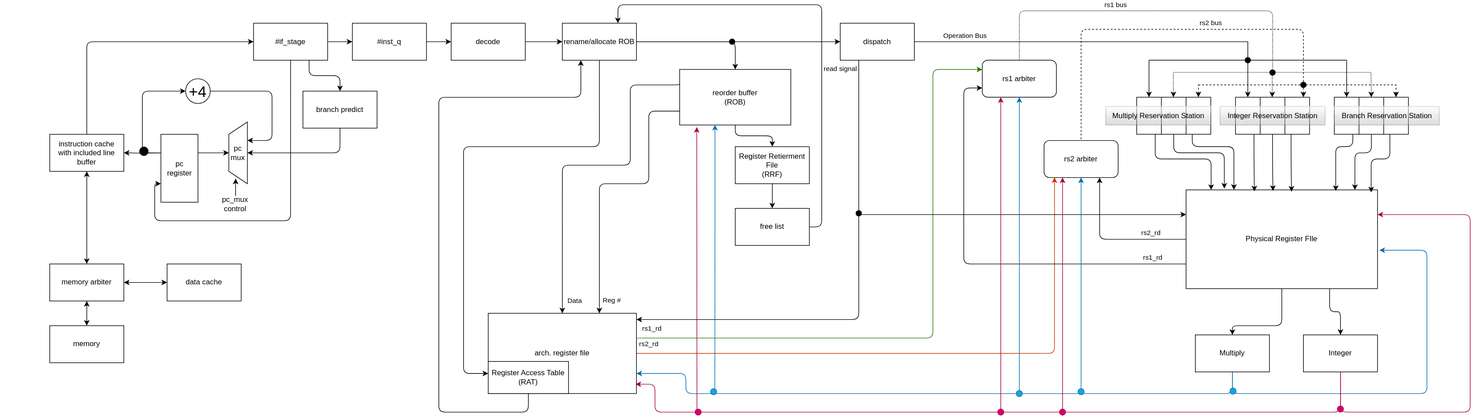
Before: mp_ooo/docs/datapath/datapath_new.drawio.svg, a diagram exported from draw.io (sairajshetye/RISC-CDXI-CPU). Source tidied: cells renumbered, new cells last; positions are measured from the earlier drawing's top-left corner, leaving out a move shared by most shapes.
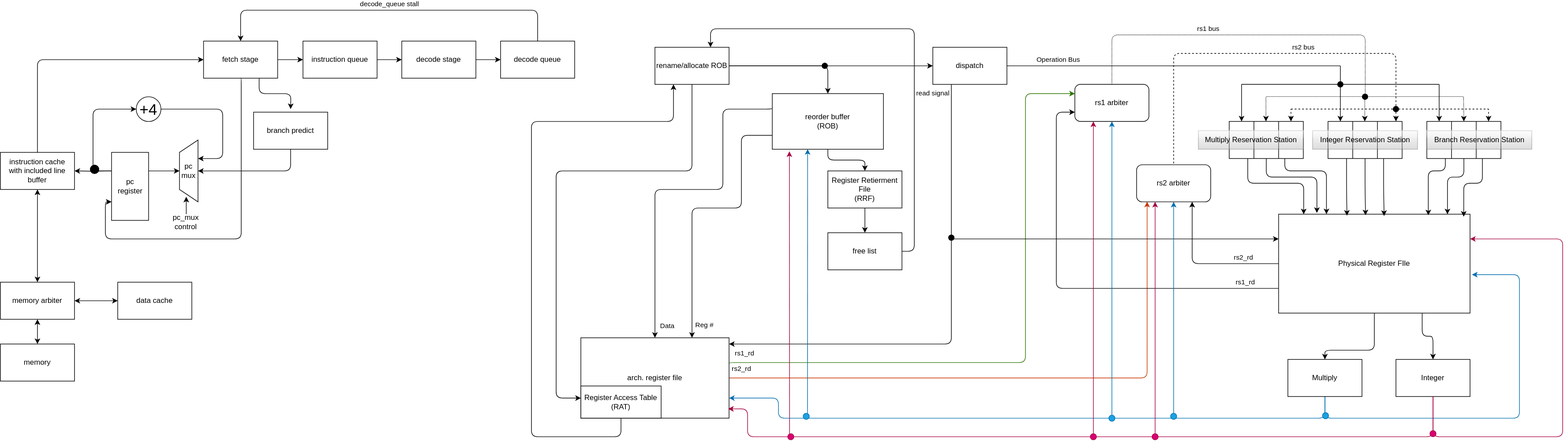
After the change.

Diff of the diagram source:
```diff
@@ -4,15 +4,15 @@
     <mxCell id="1" parent="0" />
     <mxCell id="2" style="edgeStyle=orthogonalEdgeStyle;html=1;exitX=0.5;exitY=1;exitDx=0;exitDy=0;entryX=1;entryY=0.5;entryDx=0;entryDy=0;" parent="1" edge="1" target="6">
       <mxGeometry relative="1" as="geometry">
-        <mxPoint x="260" y="240" as="sourcePoint" />
+        <mxPoint x="30" y="230" as="sourcePoint" />
       </mxGeometry>
     </mxCell>
     <mxCell id="3" style="edgeStyle=orthogonalEdgeStyle;html=1;exitX=0.5;exitY=1;exitDx=0;exitDy=0;entryX=0;entryY=0.5;entryDx=0;entryDy=0;" parent="1" edge="1" target="18">
       <mxGeometry relative="1" as="geometry">
-        <mxPoint x="260" y="240" as="sourcePoint" />
+        <mxPoint x="30" y="230" as="sourcePoint" />
         <Array as="points">
-          <mxPoint x="230" y="240" />
-          <mxPoint x="230" y="140" />
+          <mxPoint y="230" />
+          <mxPoint y="130" />
         </Array>
       </mxGeometry>
     </mxCell>
@@ -23,64 +23,66 @@
       <mxGeometry relative="1" as="geometry" />
     </mxCell>
     <mxCell id="6" value="instruction cache&lt;div&gt;with included line buffer&lt;/div&gt;" style="rounded=0;whiteSpace=wrap;html=1;" parent="1" vertex="1">
-      <mxGeometry x="80" y="210" width="120" height="60" as="geometry" />
+      <mxGeometry x="-150" y="200" width="120" height="60" as="geometry" />
     </mxCell>
     <mxCell id="7" style="edgeStyle=orthogonalEdgeStyle;html=1;exitX=1;exitY=0.5;exitDx=0;exitDy=0;entryX=0;entryY=0.5;entryDx=0;entryDy=0;startArrow=none;startFill=0;" parent="1" edge="1" source="9" target="11">
       <mxGeometry relative="1" as="geometry" />
     </mxCell>
-    <mxCell id="8" style="edgeStyle=orthogonalEdgeStyle;html=1;exitX=0.75;exitY=1;exitDx=0;exitDy=0;entryX=0.5;entryY=0;entryDx=0;entryDy=0;" parent="1" edge="1" source="9" target="22">
-      <mxGeometry relative="1" as="geometry" />
+    <mxCell id="8" style="edgeStyle=orthogonalEdgeStyle;html=1;exitX=0.75;exitY=1;exitDx=0;exitDy=0;entryX=0.5;entryY=0;entryDx=0;entryDy=0;" parent="1" edge="1" source="9">
+      <mxGeometry relative="1" as="geometry">
+        <mxPoint x="320" y="130" as="targetPoint" />
+      </mxGeometry>
     </mxCell>
-    <mxCell id="9" value="#if_stage" style="rounded=0;whiteSpace=wrap;html=1;" parent="1" vertex="1">
-      <mxGeometry x="410" y="30" width="120" height="60" as="geometry" />
+    <mxCell id="9" value="fetch stage" style="rounded=0;whiteSpace=wrap;html=1;" parent="1" vertex="1">
+      <mxGeometry x="179" y="20" width="120" height="60" as="geometry" />
     </mxCell>
     <mxCell id="10" style="edgeStyle=orthogonalEdgeStyle;html=1;exitX=1;exitY=0.5;exitDx=0;exitDy=0;entryX=0;entryY=0.5;entryDx=0;entryDy=0;" parent="1" edge="1" source="11" target="21">
       <mxGeometry relative="1" as="geometry" />
     </mxCell>
-    <mxCell id="11" value="#inst_q" style="rounded=0;whiteSpace=wrap;html=1;" parent="1" vertex="1">
-      <mxGeometry x="570" y="30" width="120" height="60" as="geometry" />
+    <mxCell id="11" value="instruction queue" style="rounded=0;whiteSpace=wrap;html=1;" parent="1" vertex="1">
+      <mxGeometry x="340" y="20" width="120" height="60" as="geometry" />
     </mxCell>
     <mxCell id="12" style="edgeStyle=orthogonalEdgeStyle;html=1;exitX=0.5;exitY=1;exitDx=0;exitDy=0;entryX=0.5;entryY=0;entryDx=0;entryDy=0;startArrow=classic;startFill=1;" parent="1" edge="1" source="13" target="14">
       <mxGeometry relative="1" as="geometry" />
     </mxCell>
     <mxCell id="13" value="memory arbiter" style="rounded=0;whiteSpace=wrap;html=1;" parent="1" vertex="1">
-      <mxGeometry x="80" y="420" width="120" height="60" as="geometry" />
+      <mxGeometry x="-150" y="410" width="120" height="60" as="geometry" />
     </mxCell>
     <mxCell id="14" value="memory" style="rounded=0;whiteSpace=wrap;html=1;" parent="1" vertex="1">
-      <mxGeometry x="80" y="520" width="120" height="60" as="geometry" />
+      <mxGeometry x="-150" y="510" width="120" height="60" as="geometry" />
     </mxCell>
     <mxCell id="15" style="edgeStyle=orthogonalEdgeStyle;html=1;exitX=0;exitY=0.5;exitDx=0;exitDy=0;fontFamily=Helvetica;fontSize=12;fontColor=default;startArrow=classic;startFill=1;" parent="1" edge="1" source="16" target="13">
       <mxGeometry relative="1" as="geometry" />
     </mxCell>
     <mxCell id="16" value="data cache" style="rounded=0;whiteSpace=wrap;html=1;" parent="1" vertex="1">
-      <mxGeometry x="270" y="420" width="120" height="60" as="geometry" />
+      <mxGeometry x="40" y="410" width="120" height="60" as="geometry" />
     </mxCell>
     <mxCell id="17" style="edgeStyle=orthogonalEdgeStyle;html=1;exitX=0.5;exitY=0;exitDx=0;exitDy=0;entryX=0;entryY=0;entryDx=30;entryDy=50;entryPerimeter=0;" parent="1" edge="1">
       <mxGeometry relative="1" as="geometry">
-        <mxPoint x="320" y="240" as="sourcePoint" />
-        <mxPoint x="370" y="240" as="targetPoint" />
+        <mxPoint x="90" y="230" as="sourcePoint" />
+        <mxPoint x="140" y="230" as="targetPoint" />
       </mxGeometry>
     </mxCell>
     <mxCell id="18" value="&lt;font style=&quot;font-size: 25px;&quot;&gt;+4&lt;/font&gt;" style="ellipse;whiteSpace=wrap;html=1;" parent="1" vertex="1">
-      <mxGeometry x="300" y="120" width="40" height="40" as="geometry" />
+      <mxGeometry x="70" y="110" width="40" height="40" as="geometry" />
     </mxCell>
     <mxCell id="19" style="edgeStyle=orthogonalEdgeStyle;html=1;exitX=1;exitY=0.5;exitDx=0;exitDy=0;entryX=0;entryY=0;entryDx=0;entryDy=70;entryPerimeter=0;" parent="1" edge="1" source="18">
       <mxGeometry relative="1" as="geometry">
-        <mxPoint x="400" y="220" as="targetPoint" />
+        <mxPoint x="170" y="210" as="targetPoint" />
         <Array as="points">
-          <mxPoint x="440" y="140" />
-          <mxPoint x="440" y="220" />
+          <mxPoint x="210" y="130" />
+          <mxPoint x="210" y="210" />
         </Array>
       </mxGeometry>
     </mxCell>
-    <mxCell id="20" style="edgeStyle=orthogonalEdgeStyle;html=1;exitX=1;exitY=0.5;exitDx=0;exitDy=0;entryX=0;entryY=0.5;entryDx=0;entryDy=0;" parent="1" edge="1" source="21" target="26">
-      <mxGeometry relative="1" as="geometry" />
-    </mxCell>
+    <mxCell id="120" style="edgeStyle=none;html=1;exitX=1;exitY=0.5;exitDx=0;exitDy=0;" parent="1" edge="1" source="21" target="122">
+      <mxGeometry relative="1" as="geometry" />
+    </mxCell>
-    <mxCell id="21" value="decode" style="rounded=0;whiteSpace=wrap;html=1;" parent="1" vertex="1">
-      <mxGeometry x="730" y="30" width="120" height="60" as="geometry" />
+    <mxCell id="21" value="decode stage" style="rounded=0;whiteSpace=wrap;html=1;" parent="1" vertex="1">
+      <mxGeometry x="500" y="20" width="120" height="60" as="geometry" />
     </mxCell>
     <mxCell id="22" value="branch predict" style="rounded=0;whiteSpace=wrap;html=1;" parent="1" vertex="1">
-      <mxGeometry x="490" y="140" width="120" height="60" as="geometry" />
+      <mxGeometry x="260" y="134.9" width="120" height="60" as="geometry" />
     </mxCell>
     <mxCell id="23" style="edgeStyle=orthogonalEdgeStyle;html=1;exitX=1;exitY=0.5;exitDx=0;exitDy=0;" parent="1" edge="1" source="26" target="34">
       <mxGeometry relative="1" as="geometry" />
@@ -101,14 +103,14 @@
       <mxGeometry x="910" y="30" width="120" height="60" as="geometry" />
     </mxCell>
     <mxCell id="27" value="pc&amp;nbsp;&lt;div&gt;register&lt;/div&gt;" style="externalPins=0;shadow=0;dashed=0;align=center;html=1;strokeWidth=1;shape=mxgraph.rtl.abstract.entity;left=,:clk;right=,:np;top=0;bottom=0;drawPins=0;snapToPoint=1;" parent="1" vertex="1">
-      <mxGeometry x="260" y="210" width="60" height="110" as="geometry" />
+      <mxGeometry x="30" y="200" width="60" height="110" as="geometry" />
     </mxCell>
     <mxCell id="28" style="edgeStyle=orthogonalEdgeStyle;html=1;exitX=0.5;exitY=1;exitDx=0;exitDy=0;entryX=0;entryY=0;entryDx=0;entryDy=80;entryPerimeter=0;" parent="1" edge="1" source="9" target="27">
       <mxGeometry relative="1" as="geometry">
         <Array as="points">
-          <mxPoint x="470" y="350" />
-          <mxPoint x="250" y="350" />
-          <mxPoint x="250" y="290" />
+          <mxPoint x="240" y="340" />
+          <mxPoint x="20" y="340" />
+          <mxPoint x="20" y="280" />
         </Array>
       </mxGeometry>
     </mxCell>
@@ -211,7 +213,7 @@
       <mxGeometry x="790" y="499.9" width="240" height="130" as="geometry" />
     </mxCell>
     <mxCell id="47" style="ellipse;whiteSpace=wrap;html=1;align=center;verticalAlign=middle;fontFamily=Helvetica;fontSize=12;fontColor=default;fillColor=#000000;" parent="1" vertex="1">
-      <mxGeometry y="60" height="20" as="geometry" />
+      <mxGeometry x="-140" y="52.1" height="20" as="geometry" />
     </mxCell>
     <mxCell id="48" style="edgeStyle=orthogonalEdgeStyle;html=1;exitX=0.75;exitY=0;exitDx=0;exitDy=0;fontFamily=Helvetica;fontSize=12;fontColor=default;endArrow=none;endFill=0;entryX=0.536;entryY=3.9;entryDx=0;entryDy=0;entryPerimeter=0;dashed=1;" parent="1" edge="1" target="61">
       <mxGeometry relative="1" as="geometry">
@@ -459,30 +461,30 @@
       </mxGeometry>
     </mxCell>
     <mxCell id="90" style="externalPins=0;ellipse;whiteSpace=wrap;html=1;fillColor=#000000;strokeColor=none;noLabel=1;perimeter=none;align=center;verticalAlign=middle;fontFamily=Helvetica;fontSize=12;fontColor=default;rotation=0;" parent="1" vertex="1">
-      <mxGeometry x="225" y="230" width="15" height="15" as="geometry" />
+      <mxGeometry x="-5" y="220" width="15" height="15" as="geometry" />
     </mxCell>
     <mxCell id="91" value="Multiply Reservation Station" style="text;html=1;align=center;verticalAlign=middle;fontFamily=Helvetica;fontSize=12;glass=1;rounded=0;opacity=45;fillColor=#f5f5f5;gradientColor=#b3b3b3;strokeColor=#666666;" parent="1" vertex="1">
       <mxGeometry x="1790" y="164.9" width="170" height="30" as="geometry" />
     </mxCell>
     <mxCell id="92" style="edgeStyle=none;orthogonalLoop=1;jettySize=auto;html=1;fontFamily=Helvetica;fontSize=12;fontColor=default;exitX=0.633;exitY=0.082;exitDx=0;exitDy=0;exitPerimeter=0;startArrow=classic;startFill=1;endArrow=none;endFill=0;" parent="1" edge="1">
       <mxGeometry relative="1" as="geometry">
-        <mxPoint x="381" y="281.8" as="sourcePoint" />
-        <mxPoint x="381" y="310" as="targetPoint" />
+        <mxPoint x="151" y="271.8" as="sourcePoint" />
+        <mxPoint x="151" y="300" as="targetPoint" />
       </mxGeometry>
     </mxCell>
     <mxCell id="93" value="pc_mux&amp;nbsp;&lt;div&gt;control&lt;/div&gt;" style="text;html=1;align=center;verticalAlign=middle;strokeColor=none;fillColor=none;fontFamily=Helvetica;fontSize=12;fontColor=default;" parent="1" vertex="1">
-      <mxGeometry x="345" y="303" width="70" height="40" as="geometry" />
+      <mxGeometry x="115" y="293" width="70" height="40" as="geometry" />
     </mxCell>
-    <mxCell id="94" style="edgeStyle=orthogonalEdgeStyle;html=1;exitX=0.5;exitY=1;exitDx=0;exitDy=0;entryX=0;entryY=0;entryDx=0;entryDy=50;entryPerimeter=0;" parent="1" edge="1" source="22">
+    <mxCell id="94" style="edgeStyle=orthogonalEdgeStyle;html=1;entryX=0;entryY=0;entryDx=0;entryDy=50;entryPerimeter=0;exitX=0.5;exitY=1;exitDx=0;exitDy=0;" parent="1" edge="1" source="22">
       <mxGeometry relative="1" as="geometry">
-        <mxPoint x="400" y="240" as="targetPoint" />
+        <mxPoint x="170" y="230" as="targetPoint" />
         <Array as="points">
-          <mxPoint x="550" y="240" />
+          <mxPoint x="320" y="230" />
         </Array>
       </mxGeometry>
     </mxCell>
     <mxCell id="95" value="pc&lt;div&gt;mux&lt;/div&gt;" style="shape=trapezoid;perimeter=trapezoidPerimeter;whiteSpace=wrap;html=1;fixedSize=1;direction=north;" parent="1" vertex="1">
-      <mxGeometry x="370" y="190" width="30" height="100" as="geometry" />
+      <mxGeometry x="140" y="180" width="30" height="100" as="geometry" />
     </mxCell>
     <mxCell id="96" style="edgeStyle=orthogonalEdgeStyle;html=1;exitX=0.5;exitY=1;exitDx=0;exitDy=0;entryX=0.25;entryY=1;entryDx=0;entryDy=0;" parent="1" edge="1" source="97" target="26">
       <mxGeometry relative="1" as="geometry">
@@ -583,5 +585,16 @@
     <mxCell id="119" style="externalPins=0;ellipse;whiteSpace=wrap;html=1;fillColor=#d80073;strokeColor=#A50040;noLabel=1;perimeter=none;align=center;verticalAlign=middle;fontFamily=Helvetica;fontSize=12;fontColor=#ffffff;rotation=0;" parent="1" vertex="1">
       <mxGeometry x="1715" y="655" width="10" height="10" as="geometry" />
     </mxCell>
+    <mxCell id="121" value="decode_queue stall" style="edgeStyle=orthogonalEdgeStyle;html=1;exitX=0.5;exitY=0;exitDx=0;exitDy=0;entryX=0.5;entryY=0;entryDx=0;entryDy=0;" parent="1" edge="1" source="122" target="9">
+      <mxGeometry y="-10" relative="1" as="geometry">
+        <Array as="points">
+          <mxPoint x="720" y="-30" />
+          <mxPoint x="239" y="-30" />
+        </Array>
+      </mxGeometry>
+    </mxCell>
+    <mxCell id="122" value="decode queue" style="rounded=0;whiteSpace=wrap;html=1;" parent="1" vertex="1">
+      <mxGeometry x="660" y="20" width="120" height="60" as="geometry" />
+    </mxCell>
   </root>
 </mxGraphModel>
```
